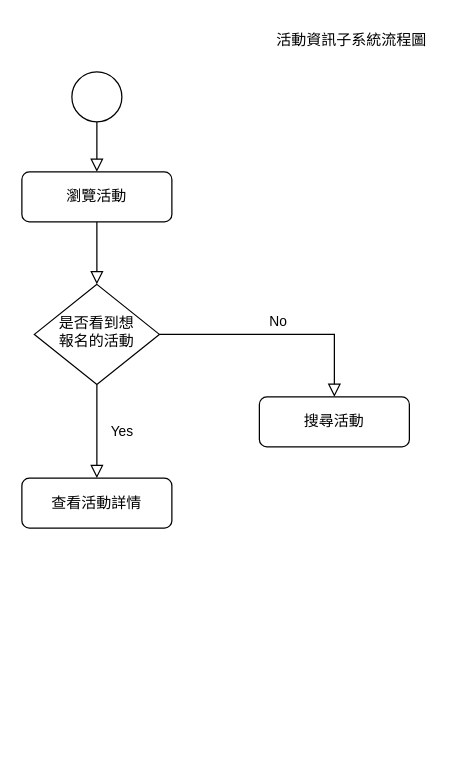
Above: .drawio in liangyinglly/liangyinglly (draw.io), before the change. Source tidied: cells renumbered, new cells numbered last; positions are measured from the earlier drawing's top-left corner, leaving out a move shared by most shapes. Both pictures are drawn from the tidied source at 125%, with x=0, y=0 at pixel (21, 21).
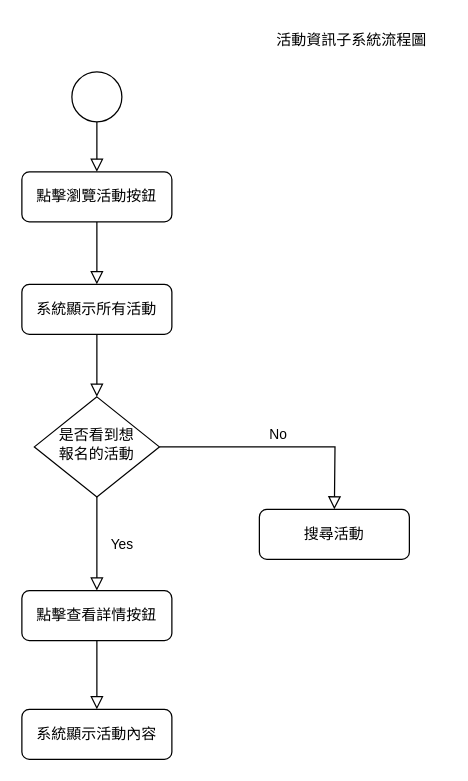
After the change.

What changed in the source:
```diff
@@
 <mxGraphModel>
   <root>
     <mxCell id="0" />
     <mxCell id="1" parent="0" />
     <mxCell id="2" style="rounded=0;html=1;jettySize=auto;fontSize=11;endArrow=block;endFill=0;endSize=8;strokeWidth=1;shadow=0;labelBackgroundColor=none;edgeStyle=orthogonalEdgeStyle;" parent="1" edge="1" source="3">
       <mxGeometry relative="1" as="geometry">
         <mxPoint x="60" y="210" as="targetPoint" />
       </mxGeometry>
     </mxCell>
-    <mxCell id="3" value="瀏覽活動" style="rounded=1;whiteSpace=wrap;html=1;fontSize=12;glass=0;strokeWidth=1;shadow=0;" parent="1" vertex="1">
+    <mxCell id="3" value="點擊瀏覽活動按鈕" style="rounded=1;whiteSpace=wrap;html=1;fontSize=12;glass=0;strokeWidth=1;shadow=0;" parent="1" vertex="1">
       <mxGeometry y="120" width="120" height="40" as="geometry" />
     </mxCell>
     <mxCell id="4" value="Yes" style="rounded=0;html=1;jettySize=auto;fontSize=11;endArrow=block;endFill=0;endSize=8;strokeWidth=1;shadow=0;labelBackgroundColor=none;edgeStyle=orthogonalEdgeStyle;entryX=0.5;entryY=0;entryDx=0;entryDy=0;" parent="1" edge="1" source="6" target="11">
       <mxGeometry y="20" relative="1" as="geometry" />
     </mxCell>
-    <mxCell id="5" value="No" style="edgeStyle=orthogonalEdgeStyle;rounded=0;html=1;jettySize=auto;fontSize=11;endArrow=block;endFill=0;endSize=8;strokeWidth=1;shadow=0;labelBackgroundColor=none;" parent="1" edge="1" source="6" target="7">
-      <mxGeometry y="10" relative="1" as="geometry" />
+    <mxCell id="5" value="No" style="edgeStyle=orthogonalEdgeStyle;rounded=0;html=1;jettySize=auto;fontSize=11;endArrow=block;endFill=0;endSize=8;strokeWidth=1;shadow=0;labelBackgroundColor=none;" parent="1" edge="1" source="6">
+      <mxGeometry y="10" relative="1" as="geometry">
+        <mxPoint x="250" y="390" as="targetPoint" />
+      </mxGeometry>
     </mxCell>
     <mxCell id="6" value="是否看到想&lt;br&gt;報名的活動" style="rhombus;whiteSpace=wrap;html=1;shadow=0;fontFamily=Helvetica;fontSize=12;align=center;strokeWidth=1;spacing=6;spacingTop=-4;" parent="1" vertex="1">
-      <mxGeometry x="10" y="210" width="100" height="80" as="geometry" />
+      <mxGeometry x="10" y="300" width="100" height="80" as="geometry" />
     </mxCell>
     <mxCell id="7" value="搜尋活動" style="rounded=1;whiteSpace=wrap;html=1;fontSize=12;glass=0;strokeWidth=1;shadow=0;" parent="1" vertex="1">
-      <mxGeometry x="190" y="300" width="120" height="40" as="geometry" />
+      <mxGeometry x="190" y="390" width="120" height="40" as="geometry" />
     </mxCell>
     <mxCell id="8" value="活動資訊子系統流程圖" style="text;html=1;strokeColor=none;fillColor=none;align=center;verticalAlign=middle;whiteSpace=wrap;rounded=0;" parent="1" vertex="1">
       <mxGeometry x="189" width="150" height="30" as="geometry" />
     </mxCell>
     <mxCell id="9" style="ellipse;whiteSpace=wrap;html=1;" parent="1" vertex="1">
       <mxGeometry x="40" y="40" width="40" height="40" as="geometry" />
     </mxCell>
     <mxCell id="10" style="rounded=0;html=1;jettySize=auto;fontSize=11;endArrow=block;endFill=0;endSize=8;strokeWidth=1;shadow=0;labelBackgroundColor=none;edgeStyle=orthogonalEdgeStyle;exitX=0.5;exitY=1;exitDx=0;exitDy=0;" parent="1" edge="1" source="9">
       <mxGeometry relative="1" as="geometry">
         <mxPoint x="60" y="120" as="targetPoint" />
       </mxGeometry>
     </mxCell>
-    <mxCell id="11" value="查看活動詳情" style="rounded=1;whiteSpace=wrap;html=1;fontSize=12;glass=0;strokeWidth=1;shadow=0;" parent="1" vertex="1">
-      <mxGeometry y="365" width="120" height="40" as="geometry" />
+    <mxCell id="11" value="點擊查看詳情按鈕" style="rounded=1;whiteSpace=wrap;html=1;fontSize=12;glass=0;strokeWidth=1;shadow=0;" parent="1" vertex="1">
+      <mxGeometry y="455" width="120" height="40" as="geometry" />
     </mxCell>
+    <mxCell id="12" value="系統顯示所有活動" style="rounded=1;whiteSpace=wrap;html=1;fontSize=12;glass=0;strokeWidth=1;shadow=0;" parent="1" vertex="1">
+      <mxGeometry y="210" width="120" height="40" as="geometry" />
+    </mxCell>
+    <mxCell id="13" style="rounded=0;html=1;jettySize=auto;fontSize=11;endArrow=block;endFill=0;endSize=8;strokeWidth=1;shadow=0;labelBackgroundColor=none;edgeStyle=orthogonalEdgeStyle;exitX=0.5;exitY=1;exitDx=0;exitDy=0;" parent="1" edge="1" source="12">
+      <mxGeometry relative="1" as="geometry">
+        <mxPoint x="60" y="300" as="targetPoint" />
+      </mxGeometry>
+    </mxCell>
+    <mxCell id="14" value="系統顯示活動內容" style="rounded=1;whiteSpace=wrap;html=1;fontSize=12;glass=0;strokeWidth=1;shadow=0;" parent="1" vertex="1">
+      <mxGeometry y="550" width="120" height="40" as="geometry" />
+    </mxCell>
+    <mxCell id="15" style="rounded=0;html=1;jettySize=auto;fontSize=11;endArrow=block;endFill=0;endSize=8;strokeWidth=1;shadow=0;labelBackgroundColor=none;edgeStyle=orthogonalEdgeStyle;exitX=0.5;exitY=1;exitDx=0;exitDy=0;entryX=0.5;entryY=0;entryDx=0;entryDy=0;" parent="1" edge="1" source="11" target="14">
+      <mxGeometry relative="1" as="geometry" />
+    </mxCell>
   </root>
 </mxGraphModel>
```
